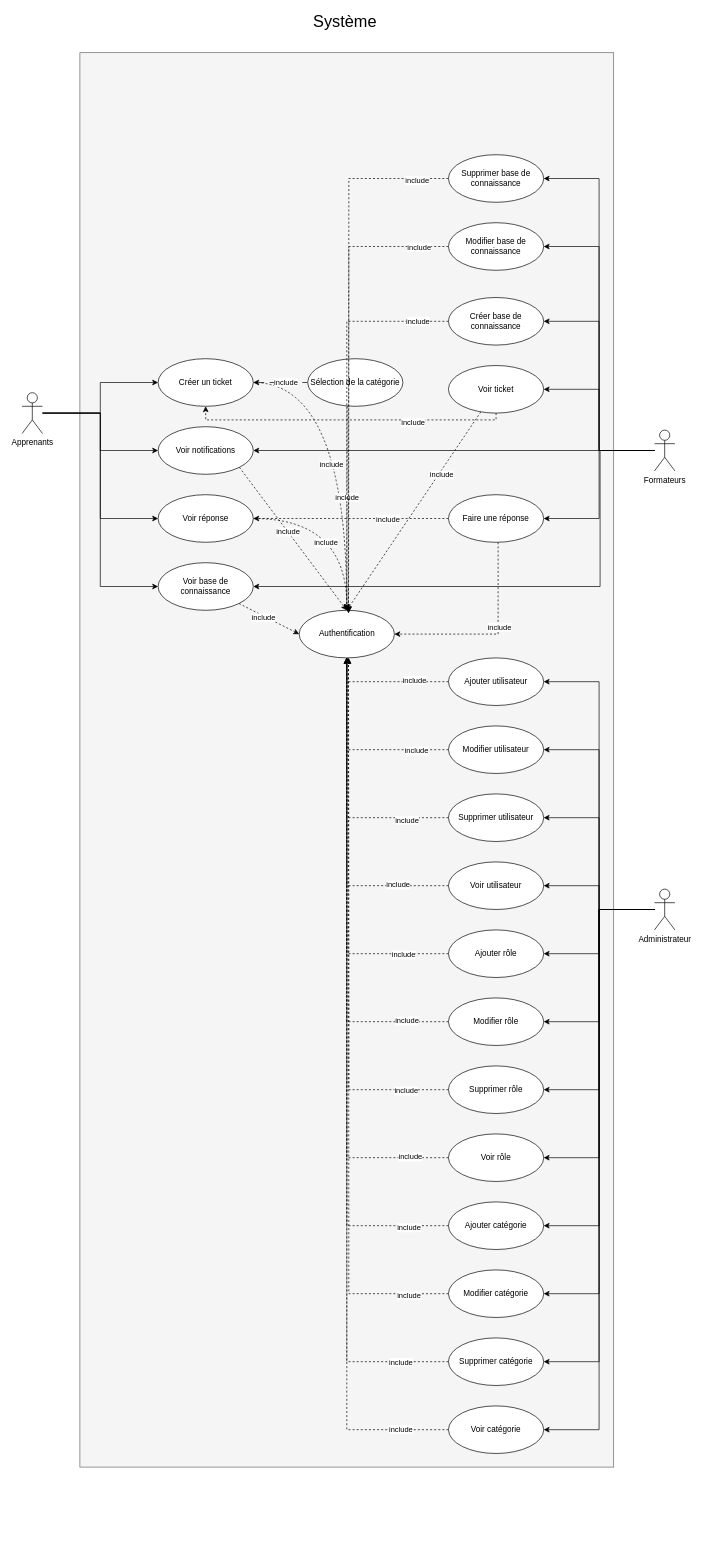
Earlier version of the draw.io diagram page "Cas d'Utilisation" (1 of 5) of learnandconnect.drawio (reyptz/learnandconnectUML). Source tidied: cells renumbered, new cells numbered last; positions are measured from the earlier drawing's top-left corner, leaving out a move shared by most shapes. Both pictures are drawn from the tidied source at 68%, with x=0, y=0 at pixel (22, 12).
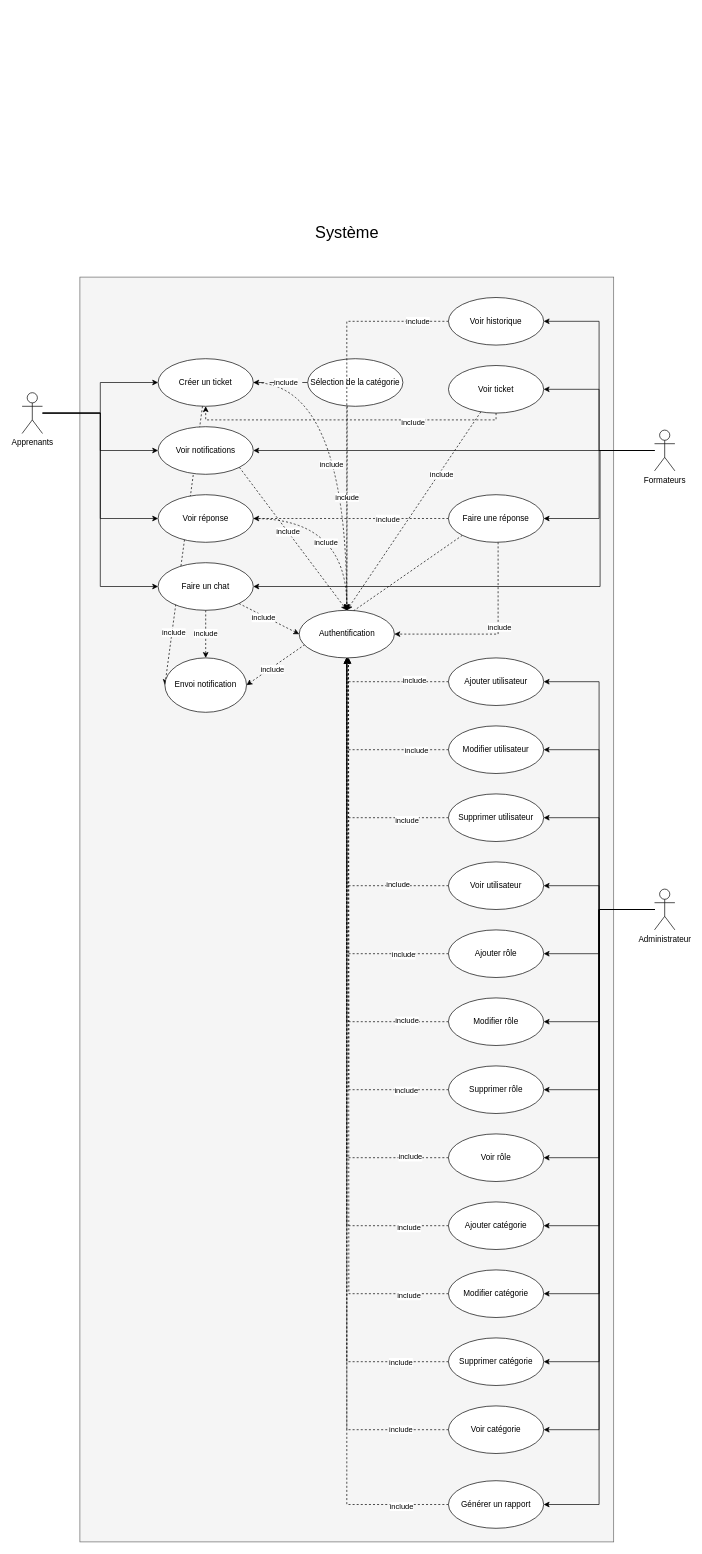
The same diagram, later.

Unchanged cells that the change refers to:
```xml
<mxCell id="16" value="Formateurs" style="shape=umlActor;verticalLabelPosition=bottom;verticalAlign=top;html=1;outlineConnect=0;" parent="1" vertex="1">
  <mxGeometry x="930" y="615" width="30" height="60" as="geometry" />
</mxCell>
<mxCell id="29" value="Administrateur" style="shape=umlActor;verticalLabelPosition=bottom;verticalAlign=top;html=1;outlineConnect=0;" parent="1" vertex="1">
  <mxGeometry x="930" y="1290" width="30" height="60" as="geometry" />
</mxCell>
<mxCell id="32" value="Créer un ticket" style="ellipse;whiteSpace=wrap;html=1;" parent="1" vertex="1">
  <mxGeometry x="200" y="510" width="140" height="70" as="geometry" />
</mxCell>
<mxCell id="80" value="Faire une réponse" style="ellipse;whiteSpace=wrap;html=1;" parent="1" vertex="1">
  <mxGeometry x="627" y="710" width="140" height="70" as="geometry" />
</mxCell>
<mxCell id="81" value="Authentification" style="ellipse;whiteSpace=wrap;html=1;" parent="1" vertex="1">
  <mxGeometry x="407.5" y="880" width="140" height="70" as="geometry" />
</mxCell>
```

The edit, as a diff of the source:
```diff
@@
     <mxCell id="2" style="rounded=0;whiteSpace=wrap;html=1;fillColor=#f5f5f5;fontColor=#333333;strokeColor=#666666;" parent="1" vertex="1">
-      <mxGeometry x="85" y="60" width="785" height="2080" as="geometry" />
+      <mxGeometry x="85" y="390" width="785" height="1860" as="geometry" />
     </mxCell>
     <mxCell id="3" value="&lt;font style=&quot;font-size: 24px;&quot;&gt;Système&lt;/font&gt;" style="text;html=1;align=center;verticalAlign=middle;whiteSpace=wrap;rounded=0;" parent="1" vertex="1">
-      <mxGeometry x="420" width="110" height="30" as="geometry" />
+      <mxGeometry x="422.5" y="310" width="110" height="30" as="geometry" />
     </mxCell>
@@
-    <mxCell id="14" style="edgeStyle=orthogonalEdgeStyle;rounded=0;jettySize=auto;html=1;entryX=1;entryY=0.5;entryDx=0;entryDy=0;" parent="1" edge="1" source="16" target="99">
-      <mxGeometry relative="1" as="geometry" />
-    </mxCell>
-    <mxCell id="15" style="edgeStyle=orthogonalEdgeStyle;rounded=0;jettySize=auto;html=1;entryX=1;entryY=0.5;entryDx=0;entryDy=0;" parent="1" edge="1" source="16" target="102">
-      <mxGeometry relative="1" as="geometry" />
-    </mxCell>
@@
+    <mxCell id="103" style="edgeStyle=orthogonalEdgeStyle;rounded=0;jettySize=auto;html=1;entryX=1;entryY=0.5;entryDx=0;entryDy=0;" parent="1" edge="1" source="29" target="113">
+      <mxGeometry relative="1" as="geometry" />
+    </mxCell>
@@
+    <mxCell id="104" style="rounded=0;jettySize=auto;html=1;entryX=0;entryY=0.5;entryDx=0;entryDy=0;dashed=1;" parent="1" edge="1" source="32" target="110">
+      <mxGeometry relative="1" as="geometry" />
+    </mxCell>
+    <mxCell id="105" value="include" style="edgeLabel;html=1;align=center;verticalAlign=middle;" parent="104" vertex="1">
+      <mxGeometry x="0.62" y="2" relative="1" as="geometry" />
+    </mxCell>
@@
+    <mxCell id="106" style="edgeStyle=orthogonalEdgeStyle;rounded=0;jettySize=auto;html=1;entryX=0.5;entryY=0;entryDx=0;entryDy=0;dashed=1;" parent="1" edge="1" source="41" target="110">
+      <mxGeometry relative="1" as="geometry" />
+    </mxCell>
+    <mxCell id="107" value="include" style="edgeLabel;html=1;align=center;verticalAlign=middle;" parent="106" vertex="1">
+      <mxGeometry x="-0.07" y="-1" relative="1" as="geometry" />
+    </mxCell>
-    <mxCell id="41" value="Voir base de connaissance" style="ellipse;whiteSpace=wrap;html=1;" parent="1" vertex="1">
+    <mxCell id="41" value="Faire un chat" style="ellipse;whiteSpace=wrap;html=1;" parent="1" vertex="1">
       <mxGeometry x="200" y="810" width="140" height="70" as="geometry" />
     </mxCell>
@@
+    <mxCell id="108" style="rounded=0;jettySize=auto;html=1;exitX=0;exitY=1;exitDx=0;exitDy=0;entryX=1;entryY=0.5;entryDx=0;entryDy=0;dashed=1;" parent="1" edge="1" source="80" target="110">
+      <mxGeometry relative="1" as="geometry" />
+    </mxCell>
+    <mxCell id="109" value="include" style="edgeLabel;html=1;align=center;verticalAlign=middle;" parent="108" vertex="1">
+      <mxGeometry x="0.77" y="2" relative="1" as="geometry" />
+    </mxCell>
@@
-    <mxCell id="96" value="Créer base de connaissance" style="ellipse;whiteSpace=wrap;html=1;" parent="1" vertex="1">
+    <mxCell id="96" value="Voir historique" style="ellipse;whiteSpace=wrap;html=1;" parent="1" vertex="1">
       <mxGeometry x="627" y="420" width="140" height="70" as="geometry" />
     </mxCell>
-    <mxCell id="97" style="edgeStyle=orthogonalEdgeStyle;rounded=0;jettySize=auto;html=1;dashed=1;" parent="1" edge="1" source="99">
-      <mxGeometry relative="1" as="geometry">
-        <mxPoint x="480" y="882.4" as="targetPoint" />
-      </mxGeometry>
-    </mxCell>
-    <mxCell id="98" value="include" style="edgeLabel;html=1;align=center;verticalAlign=middle;" parent="97" vertex="1">
-      <mxGeometry x="-0.87" relative="1" as="geometry" />
-    </mxCell>
-    <mxCell id="99" value="Modifier base de connaissance" style="ellipse;whiteSpace=wrap;html=1;" parent="1" vertex="1">
-      <mxGeometry x="627" y="310" width="140" height="70" as="geometry" />
-    </mxCell>
-    <mxCell id="100" style="edgeStyle=orthogonalEdgeStyle;rounded=0;jettySize=auto;html=1;dashed=1;" parent="1" edge="1" source="102">
-      <mxGeometry relative="1" as="geometry">
-        <mxPoint x="480" y="884.7" as="targetPoint" />
-      </mxGeometry>
-    </mxCell>
-    <mxCell id="101" value="include" style="edgeLabel;html=1;align=center;verticalAlign=middle;" parent="100" vertex="1">
-      <mxGeometry x="-0.88" y="2" relative="1" as="geometry" />
-    </mxCell>
-    <mxCell id="102" value="Supprimer base de connaissance" style="ellipse;whiteSpace=wrap;html=1;" parent="1" vertex="1">
-      <mxGeometry x="627" y="210" width="140" height="70" as="geometry" />
-    </mxCell>
+    <mxCell id="110" value="Envoi notification" style="ellipse;whiteSpace=wrap;html=1;" parent="1" vertex="1">
+      <mxGeometry x="210" y="950" width="120" height="80" as="geometry" />
+    </mxCell>
+    <mxCell id="111" style="edgeStyle=orthogonalEdgeStyle;rounded=0;jettySize=auto;html=1;entryX=0.5;entryY=1;entryDx=0;entryDy=0;dashed=1;" parent="1" edge="1" source="113" target="81">
+      <mxGeometry relative="1" as="geometry" />
+    </mxCell>
+    <mxCell id="112" value="include" style="edgeLabel;html=1;align=center;verticalAlign=middle;" parent="111" vertex="1">
+      <mxGeometry x="-0.9" y="2" relative="1" as="geometry" />
+    </mxCell>
+    <mxCell id="113" value="Générer un rapport" style="ellipse;whiteSpace=wrap;html=1;" parent="1" vertex="1">
+      <mxGeometry x="627" y="2160" width="140" height="70" as="geometry" />
+    </mxCell>
```
